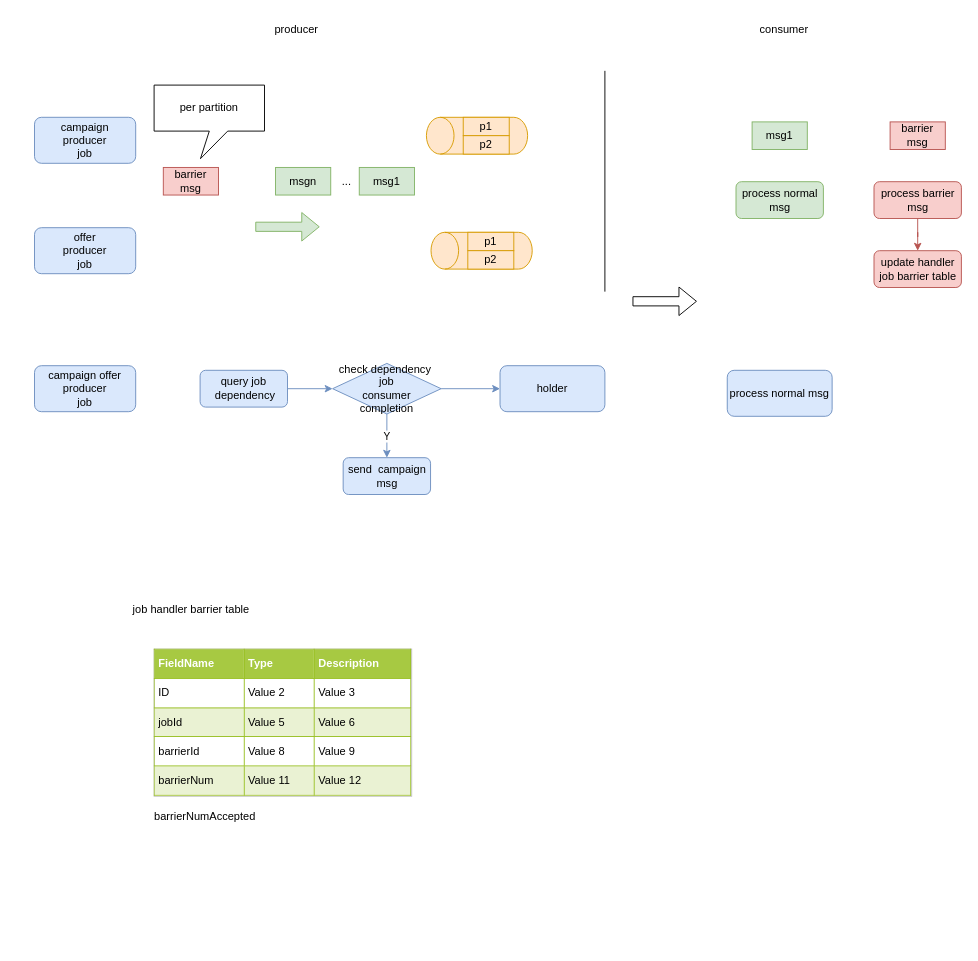
The draw.io diagram techlab/handler dependency.drawio in qiufang1314/drawio, before the edit. Source tidied: cells renumbered, new cells numbered last; positions are measured from the earlier drawing's top-left corner, leaving out a move shared by most shapes. Both pictures are drawn from the tidied source at 92%, with x=0, y=0 at pixel (34, 16).
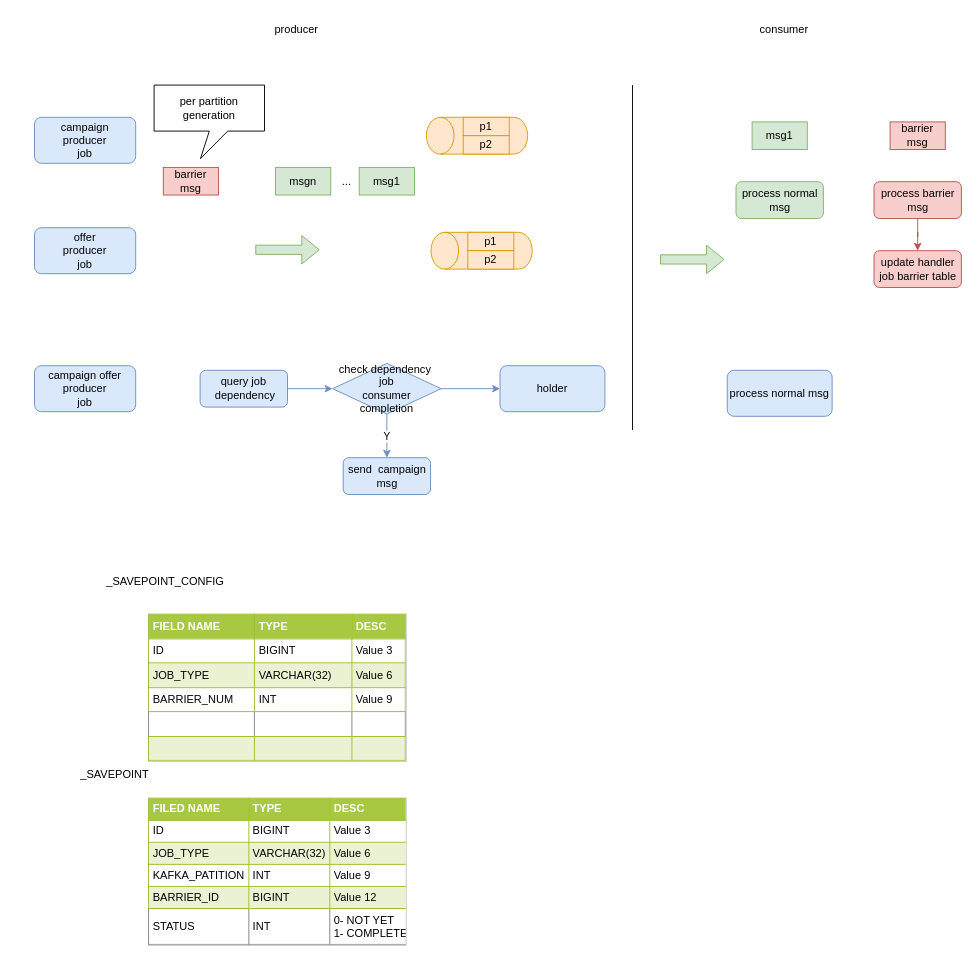
The same diagram, later.

Diff of the diagram source:
```diff
@@
     <mxCell id="7" style="shape=flexArrow;endArrow=classic;html=1;rounded=0;fillColor=#d5e8d4;strokeColor=#82b366;" parent="1" edge="1">
       <mxGeometry relative="1" as="geometry">
-        <mxPoint x="240" y="229" as="sourcePoint" />
-        <mxPoint x="310" y="229" as="targetPoint" />
+        <mxPoint x="240" y="254" as="sourcePoint" />
+        <mxPoint x="310" y="254" as="targetPoint" />
       </mxGeometry>
     </mxCell>
@@
-    <mxCell id="12" value="per partition" style="shape=callout;whiteSpace=wrap;html=1;perimeter=calloutPerimeter;position2=0.42;" parent="1" vertex="1">
+    <mxCell id="12" value="per partition generation" style="shape=callout;whiteSpace=wrap;html=1;perimeter=calloutPerimeter;position2=0.42;" parent="1" vertex="1">
       <mxGeometry x="130" y="75" width="120" height="80" as="geometry" />
     </mxCell>
@@
     <mxCell id="17" style="endArrow=none;html=1;rounded=0;" parent="1" edge="1">
       <mxGeometry relative="1" as="geometry">
-        <mxPoint x="620" y="299.5" as="sourcePoint" />
-        <mxPoint x="620" y="59.5" as="targetPoint" />
+        <mxPoint x="650" y="450" as="sourcePoint" />
+        <mxPoint x="650" y="75" as="targetPoint" />
       </mxGeometry>
     </mxCell>
@@
-    <mxCell id="19" style="shape=flexArrow;endArrow=classic;html=1;rounded=0;" parent="1" edge="1">
-      <mxGeometry relative="1" as="geometry">
-        <mxPoint x="650" y="310" as="sourcePoint" />
-        <mxPoint x="720" y="310" as="targetPoint" />
-      </mxGeometry>
-    </mxCell>
@@
-    <mxCell id="34" value="job handler barrier table" style="text;html=1;strokeColor=none;fillColor=none;align=center;verticalAlign=middle;whiteSpace=wrap;rounded=0;" parent="1" vertex="1">
-      <mxGeometry x="97.5" y="630" width="145" height="30" as="geometry" />
+    <mxCell id="34" value="_SAVEPOINT_CONFIG" style="text;html=1;strokeColor=none;fillColor=none;align=center;verticalAlign=middle;whiteSpace=wrap;rounded=0;" parent="1" vertex="1">
+      <mxGeometry x="35" y="600" width="215" height="30" as="geometry" />
     </mxCell>
-    <mxCell id="35" value="&lt;table border=&quot;1&quot; width=&quot;100%&quot; height=&quot;100%&quot; cellpadding=&quot;4&quot; style=&quot;width:100%;height:100%;border-collapse:collapse;&quot;&gt;&lt;tbody&gt;&lt;tr style=&quot;background-color:#A7C942;color:#ffffff;border:1px solid #98bf21;&quot;&gt;&lt;th align=&quot;left&quot;&gt;FieldName&lt;/th&gt;&lt;th align=&quot;left&quot;&gt;Type&lt;/th&gt;&lt;th align=&quot;left&quot;&gt;Description&lt;/th&gt;&lt;/tr&gt;&lt;tr style=&quot;border:1px solid #98bf21;&quot;&gt;&lt;td&gt;ID&lt;/td&gt;&lt;td&gt;Value 2&lt;/td&gt;&lt;td&gt;Value 3&lt;/td&gt;&lt;/tr&gt;&lt;tr style=&quot;background-color:#EAF2D3;border:1px solid #98bf21;&quot;&gt;&lt;td&gt;jobId&lt;/td&gt;&lt;td&gt;Value 5&lt;/td&gt;&lt;td&gt;Value 6&lt;/td&gt;&lt;/tr&gt;&lt;tr style=&quot;border:1px solid #98bf21;&quot;&gt;&lt;td&gt;barrierId&lt;/td&gt;&lt;td&gt;Value 8&lt;/td&gt;&lt;td&gt;Value 9&lt;/td&gt;&lt;/tr&gt;&lt;tr style=&quot;background-color:#EAF2D3;border:1px solid #98bf21;&quot;&gt;&lt;td&gt;barrierNum&lt;/td&gt;&lt;td&gt;Value 11&lt;/td&gt;&lt;td&gt;Value 12&lt;/td&gt;&lt;/tr&gt;&lt;/tbody&gt;&lt;/table&gt;" style="text;html=1;strokeColor=#c0c0c0;fillColor=#ffffff;overflow=fill;rounded=0;absoluteArcSize=0;" parent="1" vertex="1">
-      <mxGeometry x="130" y="688" width="280" height="160" as="geometry" />
-    </mxCell>
-    <mxCell id="36" value="barrierNumAccepted" style="text;html=1;align=center;verticalAlign=middle;strokeColor=none;fillColor=none;" parent="1" vertex="1">
-      <mxGeometry x="120" y="860" width="130" height="20" as="geometry" />
-    </mxCell>
@@
+    <mxCell id="38" value="&lt;table border=&quot;1&quot; width=&quot;100%&quot; height=&quot;100%&quot; cellpadding=&quot;4&quot; style=&quot;width:100%;height:100%;border-collapse:collapse;&quot;&gt;&lt;tbody&gt;&lt;tr style=&quot;background-color:#A7C942;color:#ffffff;border:1px solid #98bf21;&quot;&gt;&lt;th align=&quot;left&quot;&gt;FIELD NAME&lt;/th&gt;&lt;th align=&quot;left&quot;&gt;TYPE&lt;/th&gt;&lt;th align=&quot;left&quot;&gt;DESC&lt;/th&gt;&lt;/tr&gt;&lt;tr style=&quot;border:1px solid #98bf21;&quot;&gt;&lt;td&gt;ID&lt;/td&gt;&lt;td&gt;BIGINT&lt;/td&gt;&lt;td&gt;Value 3&lt;/td&gt;&lt;/tr&gt;&lt;tr style=&quot;background-color:#EAF2D3;border:1px solid #98bf21;&quot;&gt;&lt;td&gt;JOB_TYPE&lt;/td&gt;&lt;td&gt;VARCHAR(32)&lt;/td&gt;&lt;td&gt;Value 6&lt;/td&gt;&lt;/tr&gt;&lt;tr style=&quot;border:1px solid #98bf21;&quot;&gt;&lt;td&gt;BARRIER_NUM&lt;/td&gt;&lt;td&gt;INT&lt;/td&gt;&lt;td&gt;Value 9&lt;/td&gt;&lt;/tr&gt;&lt;tr&gt;&lt;td&gt;&lt;br&gt;&lt;/td&gt;&lt;td&gt;&lt;br&gt;&lt;/td&gt;&lt;td&gt;&lt;br&gt;&lt;/td&gt;&lt;/tr&gt;&lt;tr style=&quot;background-color:#EAF2D3;border:1px solid #98bf21;&quot;&gt;&lt;td&gt;&lt;/td&gt;&lt;td&gt;&lt;br&gt;&lt;/td&gt;&lt;td&gt;&lt;br&gt;&lt;/td&gt;&lt;/tr&gt;&lt;/tbody&gt;&lt;/table&gt;" style="text;html=1;strokeColor=#c0c0c0;fillColor=#ffffff;overflow=fill;rounded=0;" parent="1" vertex="1">
+      <mxGeometry x="124" y="650" width="280" height="160" as="geometry" />
+    </mxCell>
+    <mxCell id="39" style="shape=flexArrow;endArrow=classic;html=1;rounded=0;fillColor=#d5e8d4;strokeColor=#82b366;" parent="1" edge="1">
+      <mxGeometry relative="1" as="geometry">
+        <mxPoint x="680" y="264.5" as="sourcePoint" />
+        <mxPoint x="750" y="264.5" as="targetPoint" />
+      </mxGeometry>
+    </mxCell>
+    <mxCell id="40" value="&lt;table border=&quot;1&quot; width=&quot;100%&quot; height=&quot;100%&quot; cellpadding=&quot;4&quot; style=&quot;width:100%;height:100%;border-collapse:collapse;&quot;&gt;&lt;tbody&gt;&lt;tr style=&quot;background-color:#A7C942;color:#ffffff;border:1px solid #98bf21;&quot;&gt;&lt;th align=&quot;left&quot;&gt;FILED NAME&lt;/th&gt;&lt;th align=&quot;left&quot;&gt;TYPE&lt;/th&gt;&lt;th align=&quot;left&quot;&gt;DESC&lt;/th&gt;&lt;/tr&gt;&lt;tr style=&quot;border:1px solid #98bf21;&quot;&gt;&lt;td&gt;ID&lt;/td&gt;&lt;td&gt;BIGINT&lt;/td&gt;&lt;td&gt;Value 3&lt;/td&gt;&lt;/tr&gt;&lt;tr style=&quot;background-color:#EAF2D3;border:1px solid #98bf21;&quot;&gt;&lt;td&gt;JOB_TYPE&lt;/td&gt;&lt;td&gt;VARCHAR(32)&lt;/td&gt;&lt;td&gt;Value 6&lt;/td&gt;&lt;/tr&gt;&lt;tr style=&quot;border:1px solid #98bf21;&quot;&gt;&lt;td&gt;KAFKA_PATITION&lt;/td&gt;&lt;td&gt;INT&lt;/td&gt;&lt;td&gt;Value 9&lt;/td&gt;&lt;/tr&gt;&lt;tr style=&quot;background-color:#EAF2D3;border:1px solid #98bf21;&quot;&gt;&lt;td&gt;BARRIER_ID&lt;/td&gt;&lt;td&gt;BIGINT&lt;/td&gt;&lt;td&gt;Value 12&lt;/td&gt;&lt;/tr&gt;&lt;tr&gt;&lt;td&gt;STATUS&lt;/td&gt;&lt;td&gt;INT&lt;/td&gt;&lt;td&gt;0- NOT YET&lt;br&gt;1- COMPLETE&lt;/td&gt;&lt;/tr&gt;&lt;/tbody&gt;&lt;/table&gt;" style="text;html=1;strokeColor=#c0c0c0;fillColor=#ffffff;overflow=fill;rounded=0;" parent="1" vertex="1">
+      <mxGeometry x="124" y="850" width="280" height="160" as="geometry" />
+    </mxCell>
+    <mxCell id="41" value="_SAVEPOINT" style="text;html=1;strokeColor=none;fillColor=none;align=center;verticalAlign=middle;whiteSpace=wrap;rounded=0;" parent="1" vertex="1">
+      <mxGeometry x="-20" y="810" width="215" height="30" as="geometry" />
+    </mxCell>
```
